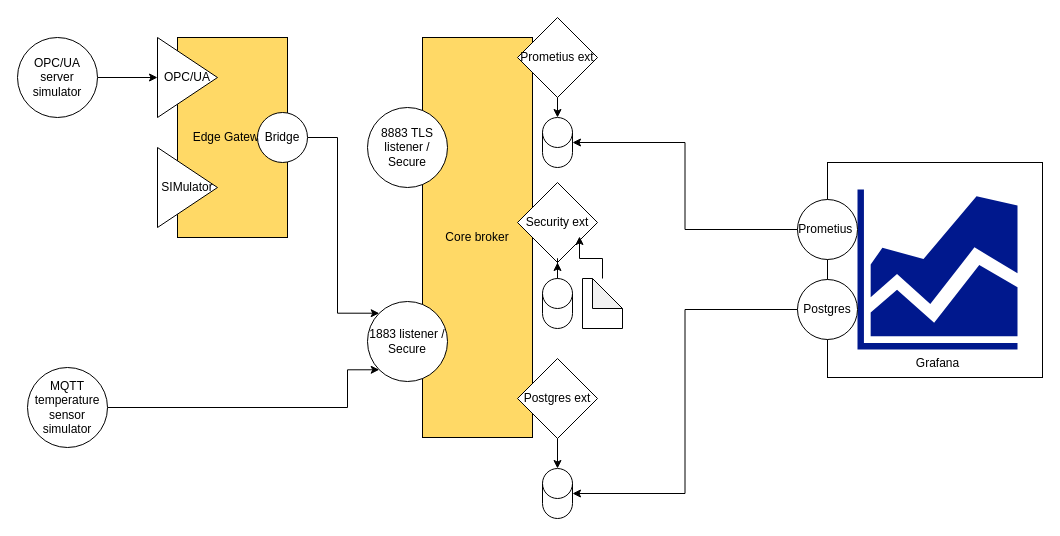
Before: assets/HMQ-AllInOne.drawio in BrianAmstrup/HMQ-Prom-Garfana, a draw.io diagram. Source tidied: cells renumbered, new cells numbered last; positions are measured from the earlier drawing's top-left corner, leaving out a move shared by most shapes. Both pictures are drawn from the tidied source at 100%, with x=0, y=0 at pixel (17, 17).
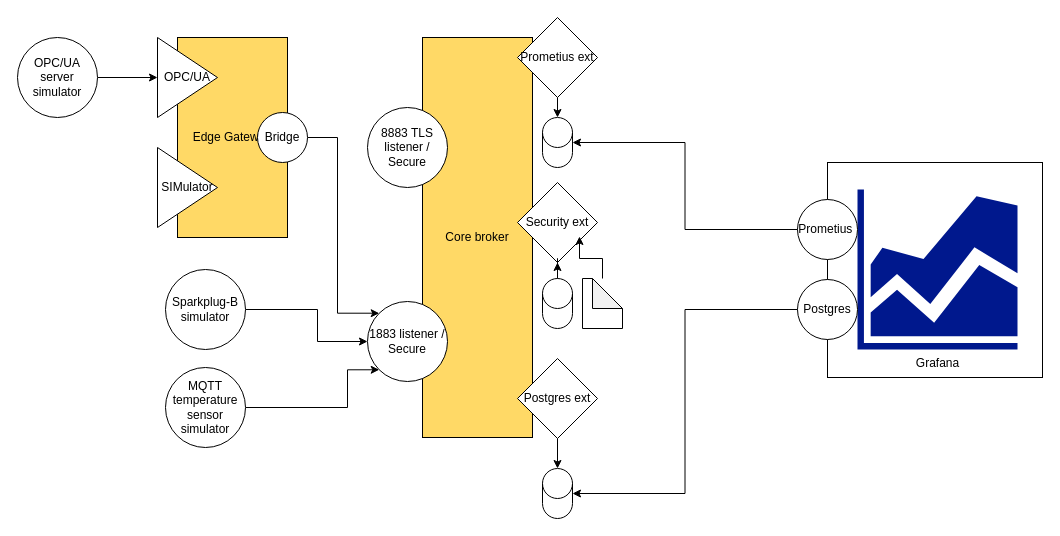
The same diagram, later.

Unchanged cells that the change refers to:
```xml
<mxCell id="22" value="1883 listener / Secure" style="ellipse;whiteSpace=wrap;html=1;" parent="1" vertex="1">
  <mxGeometry x="350" y="284" width="80" height="80" as="geometry" />
</mxCell>
```

What changed in the source:
```diff
@@
     <mxCell id="21" value="MQTT temperature sensor simulator" style="ellipse;whiteSpace=wrap;html=1;" parent="1" vertex="1">
-      <mxGeometry x="10" y="350" width="80" height="80" as="geometry" />
+      <mxGeometry x="148" y="350" width="80" height="80" as="geometry" />
     </mxCell>
@@
+    <mxCell id="31" style="edgeStyle=orthogonalEdgeStyle;rounded=0;jettySize=auto;html=1;entryX=0;entryY=0.5;entryDx=0;entryDy=0;" parent="1" edge="1" source="32" target="22">
+      <mxGeometry relative="1" as="geometry">
+        <Array as="points">
+          <mxPoint x="300" y="292" />
+          <mxPoint x="300" y="324" />
+        </Array>
+      </mxGeometry>
+    </mxCell>
+    <mxCell id="32" value="Sparkplug-B simulator" style="ellipse;whiteSpace=wrap;html=1;" parent="1" vertex="1">
+      <mxGeometry x="148" y="252" width="80" height="80" as="geometry" />
+    </mxCell>
```
